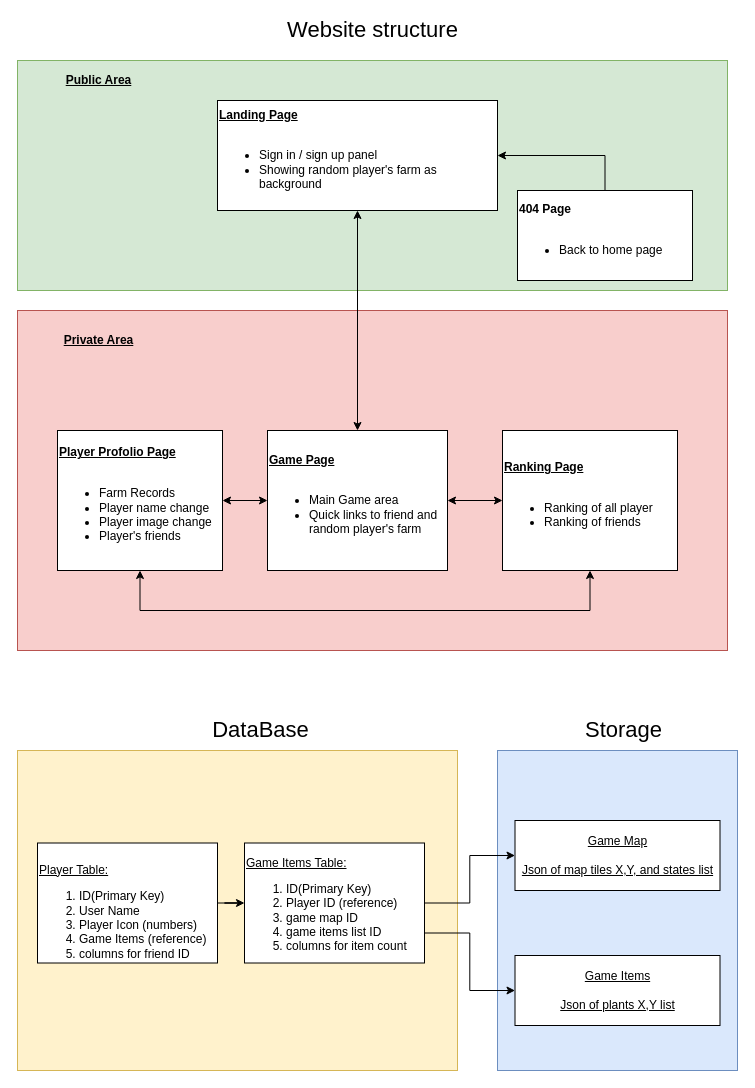
This is Read_Me/Design.drawio from HarryAtWorld/Tecky_Pixel_Farm, a draw.io file, before an edit. Source tidied: cells renumbered, new cells numbered last; positions are measured from the earlier drawing's top-left corner, leaving out a move shared by most shapes. Both pictures are drawn from the tidied source at 100%, with x=0, y=0 at pixel (17, 20).
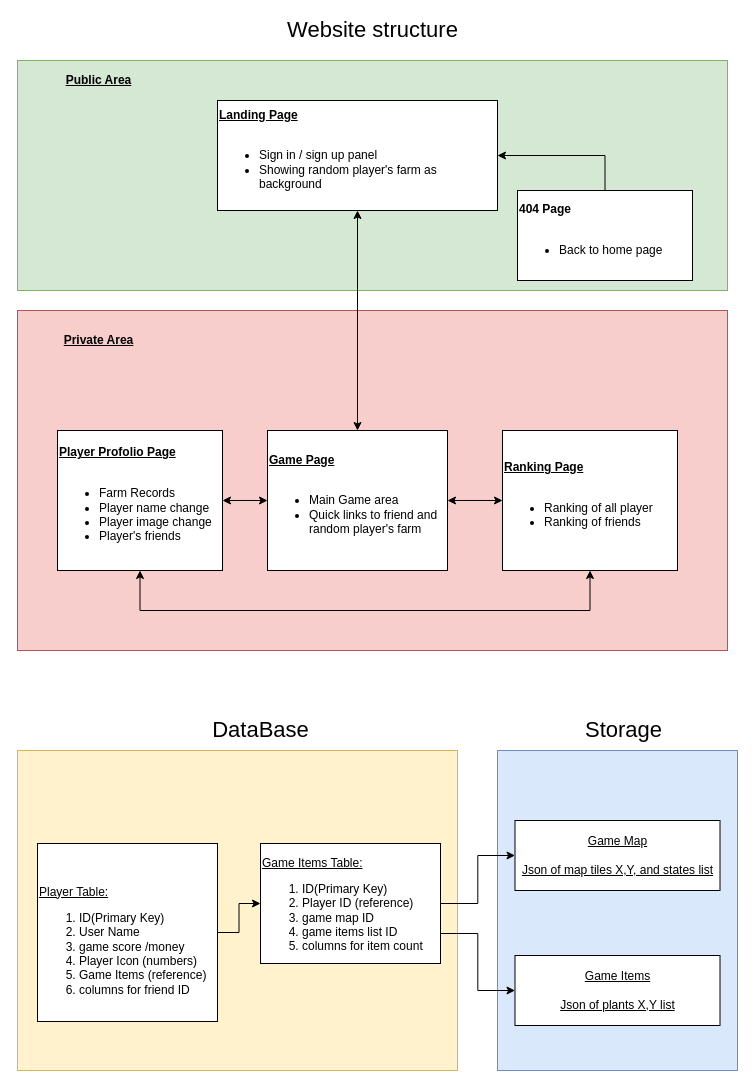
The same page after the edit.

Commit message (it also covers changes not shown here):
design dio update

Change to the diagram source:
```diff
@@
-    <mxCell id="20" value="&lt;br&gt;&lt;br&gt;&lt;span&gt;&lt;u&gt;Player Table:&lt;/u&gt;&lt;br&gt;&lt;ol&gt;&lt;li&gt;&lt;span&gt;ID(Primary Key)&lt;/span&gt;&lt;/li&gt;&lt;li&gt;User Name&lt;/li&gt;&lt;li&gt;Player Icon (numbers)&lt;/li&gt;&lt;li&gt;Game Items (reference)&lt;/li&gt;&lt;li&gt;columns for friend ID&lt;/li&gt;&lt;/ol&gt;&lt;/span&gt;" style="rounded=0;whiteSpace=wrap;html=1;shadow=0;glass=0;comic=0;align=left;" parent="1" vertex="1">
-      <mxGeometry x="20" y="822.5" width="180" height="120" as="geometry" />
+    <mxCell id="20" value="&lt;br&gt;&lt;br&gt;&lt;span&gt;&lt;u&gt;Player Table:&lt;/u&gt;&lt;br&gt;&lt;ol&gt;&lt;li&gt;&lt;span&gt;ID(Primary Key)&lt;/span&gt;&lt;/li&gt;&lt;li&gt;User Name&lt;/li&gt;&lt;li&gt;game score /money&lt;/li&gt;&lt;li&gt;Player Icon (numbers)&lt;/li&gt;&lt;li&gt;Game Items (reference)&lt;/li&gt;&lt;li&gt;columns for friend ID&lt;/li&gt;&lt;/ol&gt;&lt;/span&gt;" style="rounded=0;whiteSpace=wrap;html=1;shadow=0;glass=0;comic=0;align=left;" parent="1" vertex="1">
+      <mxGeometry x="20" y="823" width="180" height="178" as="geometry" />
     </mxCell>
@@
     <mxCell id="23" value="&lt;br&gt;&lt;span&gt;&lt;u&gt;Game Items Table:&lt;/u&gt;&lt;br&gt;&lt;ol&gt;&lt;li&gt;ID(Primary Key)&lt;/li&gt;&lt;li&gt;Player ID (reference)&lt;/li&gt;&lt;li&gt;game map ID&lt;/li&gt;&lt;li&gt;game items list ID&lt;/li&gt;&lt;li&gt;columns for item count&lt;/li&gt;&lt;/ol&gt;&lt;/span&gt;" style="rounded=0;whiteSpace=wrap;html=1;shadow=0;glass=0;comic=0;align=left;" parent="1" vertex="1">
-      <mxGeometry x="227" y="822.5" width="180" height="120" as="geometry" />
+      <mxGeometry x="243" y="823" width="180" height="120" as="geometry" />
     </mxCell>
```
